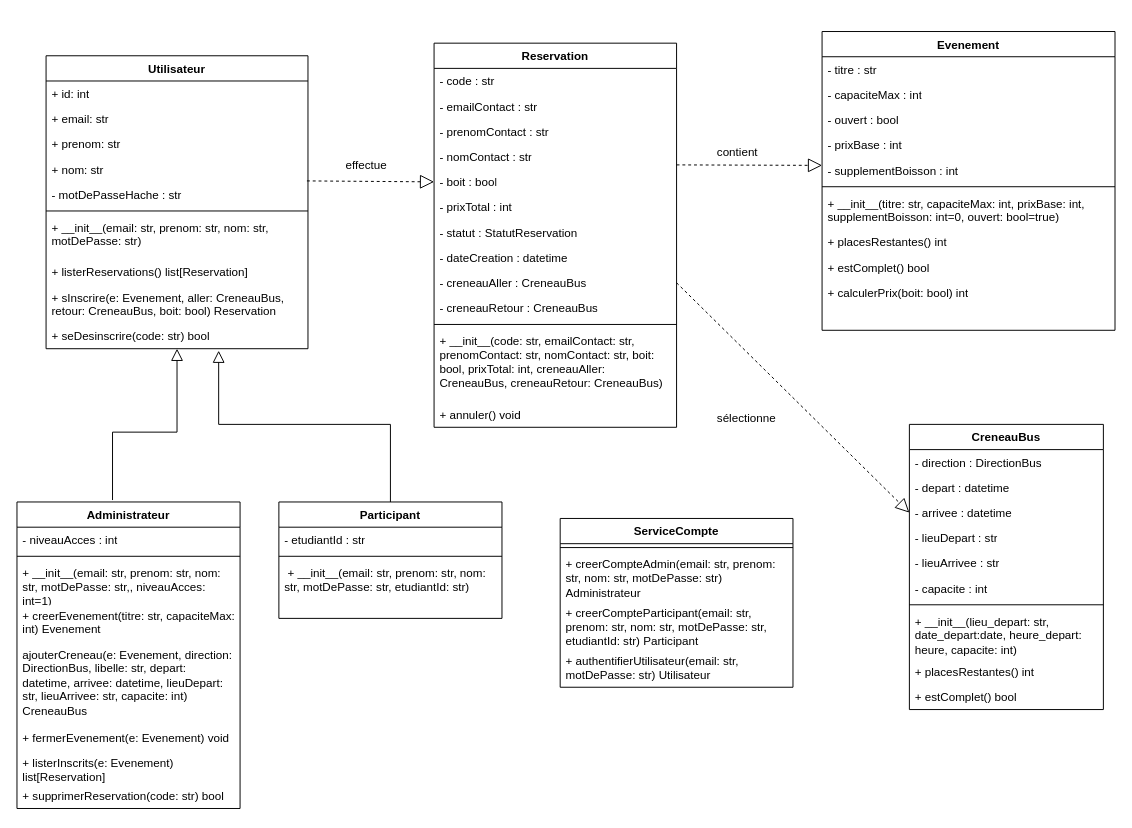
khalidjerrari/ENSAI-Projet-info-2A keeps this draw.io diagram as doc/diagramme_classe.drawio. Above is the earlier version. Source tidied: cells renumbered, new cells numbered last; positions are measured from the earlier drawing's top-left corner, leaving out a move shared by most shapes. Both pictures are drawn from the tidied source at 97%, with x=0, y=0 at pixel (16, 31).
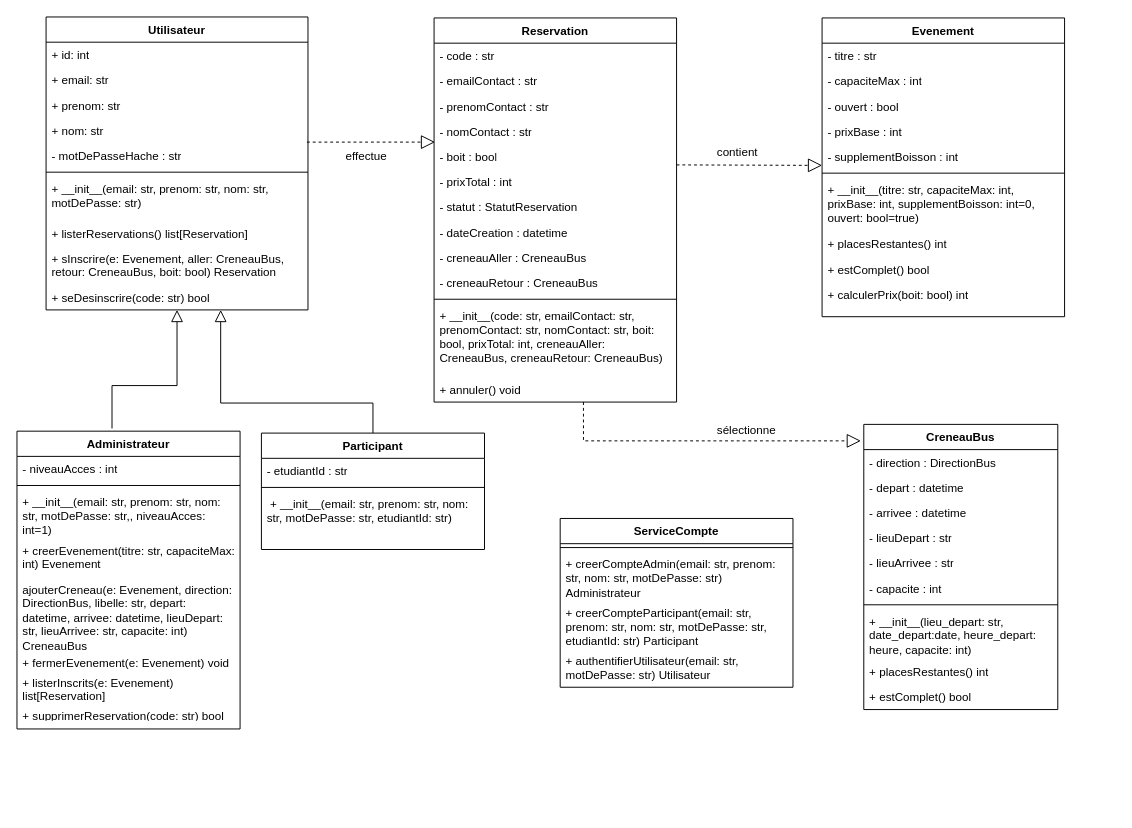
Above is the later version.

Commit message (it also covers changes not shown here):
Mettre à jour diagramme_classe.drawio

Unchanged cells that the change refers to:
```xml
<mxCell id="6" value="+ nom: str" style="text;strokeColor=none;fillColor=none;align=left;verticalAlign=top;spacingLeft=4;spacingRight=4;overflow=hidden;points=[[0,0.5],[1,0.5]];portConstraint=eastwest;whiteSpace=wrap;html=1;" parent="2" vertex="1">
  <mxGeometry y="104" width="270" height="26" as="geometry" />
</mxCell>
<mxCell id="12" value="+ seDesinscrire(code: str) bool" style="text;strokeColor=none;fillColor=none;align=left;verticalAlign=top;spacingLeft=4;spacingRight=4;overflow=hidden;points=[[0,0.5],[1,0.5]];portConstraint=eastwest;whiteSpace=wrap;html=1;" parent="2" vertex="1">
  <mxGeometry y="276" width="270" height="26" as="geometry" />
</mxCell>
<mxCell id="42" value="- arrivee : datetime" style="text;strokeColor=none;fillColor=none;align=left;verticalAlign=top;spacingLeft=4;spacingRight=4;overflow=hidden;points=[[0,0.5],[1,0.5]];portConstraint=eastwest;whiteSpace=wrap;html=1;" parent="39" vertex="1">
  <mxGeometry y="78" width="200" height="26" as="geometry" />
</mxCell>
<mxCell id="54" value="- nomContact : str" style="text;strokeColor=none;fillColor=none;align=left;verticalAlign=top;spacingLeft=4;spacingRight=4;overflow=hidden;points=[[0,0.5],[1,0.5]];portConstraint=eastwest;whiteSpace=wrap;html=1;" parent="50" vertex="1">
  <mxGeometry y="104" width="250" height="26" as="geometry" />
</mxCell>
<mxCell id="60" value="- creneauAller : CreneauBus" style="text;strokeColor=none;fillColor=none;align=left;verticalAlign=top;spacingLeft=4;spacingRight=4;overflow=hidden;points=[[0,0.5],[1,0.5]];portConstraint=eastwest;whiteSpace=wrap;html=1;" parent="50" vertex="1">
  <mxGeometry y="234" width="250" height="26" as="geometry" />
</mxCell>
```

The edit, as a diff of the source:
```diff
@@
     <mxCell id="2" value="Utilisateur" style="swimlane;fontStyle=1;align=center;verticalAlign=top;horizontal=1;startSize=26;rounded=0;shadow=0;strokeWidth=1;" parent="1" vertex="1">
-      <mxGeometry x="30" y="25" width="270" height="302" as="geometry" />
+      <mxGeometry x="30" y="-15" width="270" height="302" as="geometry" />
     </mxCell>
@@
     <mxCell id="13" value="Administrateur" style="swimlane;fontStyle=1;align=center;verticalAlign=top;horizontal=1;startSize=26;rounded=0;shadow=0;strokeWidth=1;" parent="1" vertex="1">
-      <mxGeometry y="485" width="230" height="316" as="geometry" />
+      <mxGeometry y="412" width="230" height="307" as="geometry" />
     </mxCell>
@@
     <mxCell id="16" value="+ __init__(email: str, prenom: str, nom: str, motDePasse: str,, niveauAcces: int=1)" style="text;strokeColor=none;fillColor=none;align=left;verticalAlign=top;spacingLeft=4;spacingRight=4;overflow=hidden;whiteSpace=wrap;html=1;" parent="13" vertex="1">
-      <mxGeometry y="60" width="230" height="44" as="geometry" />
+      <mxGeometry y="60" width="230" height="50" as="geometry" />
     </mxCell>
     <mxCell id="17" value="+ creerEvenement(titre: str, capaciteMax: int) Evenement" style="text;strokeColor=none;fillColor=none;align=left;verticalAlign=top;spacingLeft=4;spacingRight=4;overflow=hidden;whiteSpace=wrap;html=1;" parent="13" vertex="1">
-      <mxGeometry y="104" width="230" height="40" as="geometry" />
+      <mxGeometry y="110" width="230" height="40" as="geometry" />
     </mxCell>
     <mxCell id="18" value="ajouterCreneau(e: Evenement, direction: DirectionBus, libelle: str, depart: datetime, arrivee: datetime, lieuDepart: str, lieuArrivee: str, capacite: int) CreneauBus" style="text;strokeColor=none;fillColor=none;align=left;verticalAlign=top;spacingLeft=4;spacingRight=4;overflow=hidden;whiteSpace=wrap;html=1;" parent="13" vertex="1">
-      <mxGeometry y="144" width="230" height="86" as="geometry" />
+      <mxGeometry y="150" width="230" height="76" as="geometry" />
     </mxCell>
     <mxCell id="19" value="+ fermerEvenement(e: Evenement) void" style="text;strokeColor=none;fillColor=none;align=left;verticalAlign=top;spacingLeft=4;spacingRight=4;overflow=hidden;whiteSpace=wrap;html=1;" parent="13" vertex="1">
-      <mxGeometry y="230" width="230" height="26" as="geometry" />
+      <mxGeometry y="226" width="230" height="20" as="geometry" />
     </mxCell>
     <mxCell id="20" value="+ listerInscrits(e: Evenement) list[Reservation]" style="text;strokeColor=none;fillColor=none;align=left;verticalAlign=top;spacingLeft=4;spacingRight=4;overflow=hidden;whiteSpace=wrap;html=1;" parent="13" vertex="1">
-      <mxGeometry y="256" width="230" height="34" as="geometry" />
+      <mxGeometry y="246" width="230" height="34" as="geometry" />
     </mxCell>
     <mxCell id="21" value="+ supprimerReservation(code: str) bool" style="text;strokeColor=none;fillColor=none;align=left;verticalAlign=top;spacingLeft=4;spacingRight=4;overflow=hidden;whiteSpace=wrap;html=1;" parent="13" vertex="1">
-      <mxGeometry y="290" width="230" height="26" as="geometry" />
+      <mxGeometry y="280" width="230" height="16" as="geometry" />
     </mxCell>
-    <mxCell id="22" style="endArrow=block;endSize=10;endFill=0;shadow=0;strokeWidth=1;rounded=0;curved=0;edgeStyle=elbowEdgeStyle;elbow=vertical;exitX=0.5;exitY=0;exitDx=0;exitDy=0;entryX=0.5;entryY=1;entryDx=0;entryDy=0;" parent="1" edge="1" target="2">
+    <mxCell id="22" style="endArrow=block;endSize=10;endFill=0;shadow=0;strokeWidth=1;rounded=0;curved=0;edgeStyle=elbowEdgeStyle;elbow=vertical;exitX=0.426;exitY=-0.009;exitDx=0;exitDy=0;entryX=0.5;entryY=1;entryDx=0;entryDy=0;exitPerimeter=0;" parent="1" edge="1" source="13" target="2">
       <mxGeometry relative="1" as="geometry">
-        <mxPoint x="98.5" y="483" as="sourcePoint" />
         <Array as="points">
-          <mxPoint x="133.5" y="413" />
+          <mxPoint x="130" y="365" />
           <mxPoint x="143.5" y="423" />
           <mxPoint x="183.5" y="393" />
           <mxPoint x="253.5" y="313" />
         </Array>
       </mxGeometry>
     </mxCell>
-    <mxCell id="23" style="endArrow=block;endSize=10;endFill=0;shadow=0;strokeWidth=1;rounded=0;curved=0;edgeStyle=elbowEdgeStyle;elbow=vertical;exitX=0.5;exitY=0;exitDx=0;exitDy=0;entryX=0.659;entryY=1.077;entryDx=0;entryDy=0;entryPerimeter=0;" parent="1" edge="1" source="35" target="12">
+    <mxCell id="23" style="endArrow=block;endSize=10;endFill=0;shadow=0;strokeWidth=1;rounded=0;curved=0;edgeStyle=elbowEdgeStyle;elbow=vertical;entryX=0.659;entryY=1.077;entryDx=0;entryDy=0;entryPerimeter=0;exitX=0.5;exitY=0;exitDx=0;exitDy=0;" parent="1" edge="1" source="35">
       <mxGeometry relative="1" as="geometry">
+        <mxPoint x="210" y="287" as="targetPoint" />
         <Array as="points">
-          <mxPoint x="292" y="405" />
-          <mxPoint x="402" y="425" />
-          <mxPoint x="302" y="385" />
-          <mxPoint x="342" y="395" />
-          <mxPoint x="302" y="315" />
+          <mxPoint x="404.1" y="383" />
+          <mxPoint x="304.1" y="343" />
+          <mxPoint x="344.1" y="353" />
+          <mxPoint x="304.1" y="273" />
         </Array>
       </mxGeometry>
     </mxCell>
     <mxCell id="24" value="Evenement" style="swimlane;fontStyle=1;align=center;verticalAlign=top;horizontal=1;startSize=26;rounded=0;shadow=0;strokeWidth=1;" parent="1" vertex="1">
-      <mxGeometry x="830" width="302" height="308" as="geometry" />
+      <mxGeometry x="830" y="-14" width="250" height="308" as="geometry" />
     </mxCell>
     <mxCell id="25" value="- titre : str" style="text;strokeColor=none;fillColor=none;align=left;verticalAlign=top;spacingLeft=4;spacingRight=4;overflow=hidden;whiteSpace=wrap;html=1;" parent="24" vertex="1">
-      <mxGeometry y="26" width="302" height="26" as="geometry" />
+      <mxGeometry y="26" width="250" height="26" as="geometry" />
     </mxCell>
     <mxCell id="26" value="- capaciteMax : int" style="text;strokeColor=none;fillColor=none;align=left;verticalAlign=top;spacingLeft=4;spacingRight=4;overflow=hidden;whiteSpace=wrap;html=1;" parent="24" vertex="1">
-      <mxGeometry y="52" width="302" height="26" as="geometry" />
+      <mxGeometry y="52" width="250" height="26" as="geometry" />
     </mxCell>
     <mxCell id="27" value="- ouvert : bool" style="text;strokeColor=none;fillColor=none;align=left;verticalAlign=top;spacingLeft=4;spacingRight=4;overflow=hidden;whiteSpace=wrap;html=1;" parent="24" vertex="1">
-      <mxGeometry y="78" width="302" height="26" as="geometry" />
+      <mxGeometry y="78" width="250" height="26" as="geometry" />
     </mxCell>
     <mxCell id="28" value="- prixBase : int" style="text;strokeColor=none;fillColor=none;align=left;verticalAlign=top;spacingLeft=4;spacingRight=4;overflow=hidden;whiteSpace=wrap;html=1;" parent="24" vertex="1">
-      <mxGeometry y="104" width="302" height="26" as="geometry" />
+      <mxGeometry y="104" width="250" height="26" as="geometry" />
     </mxCell>
     <mxCell id="29" value="- supplementBoisson : int" style="text;strokeColor=none;fillColor=none;align=left;verticalAlign=top;spacingLeft=4;spacingRight=4;overflow=hidden;whiteSpace=wrap;html=1;" parent="24" vertex="1">
-      <mxGeometry y="130" width="302" height="26" as="geometry" />
+      <mxGeometry y="130" width="250" height="26" as="geometry" />
     </mxCell>
     <mxCell id="30" style="line;html=1;strokeWidth=1;align=left;verticalAlign=middle;spacingTop=-1;spacingLeft=3;spacingRight=3;labelPosition=right;" parent="24" vertex="1">
-      <mxGeometry y="156" width="302" height="8" as="geometry" />
+      <mxGeometry y="156" width="250" height="8" as="geometry" />
     </mxCell>
     <mxCell id="31" value="+ __init__(titre: str, capaciteMax: int, prixBase: int, supplementBoisson: int=0, ouvert: bool=true)" style="text;strokeColor=none;fillColor=none;align=left;verticalAlign=top;spacingLeft=4;spacingRight=4;overflow=hidden;whiteSpace=wrap;html=1;" parent="24" vertex="1">
-      <mxGeometry y="164" width="302" height="40" as="geometry" />
+      <mxGeometry y="164" width="250" height="56" as="geometry" />
     </mxCell>
     <mxCell id="32" value="+ placesRestantes() int" style="text;strokeColor=none;fillColor=none;align=left;verticalAlign=top;spacingLeft=4;spacingRight=4;overflow=hidden;whiteSpace=wrap;html=1;" parent="24" vertex="1">
-      <mxGeometry y="204" width="302" height="26" as="geometry" />
+      <mxGeometry y="220" width="250" height="26" as="geometry" />
     </mxCell>
     <mxCell id="33" value="+ estComplet() bool" style="text;strokeColor=none;fillColor=none;align=left;verticalAlign=top;spacingLeft=4;spacingRight=4;overflow=hidden;whiteSpace=wrap;html=1;" parent="24" vertex="1">
-      <mxGeometry y="230" width="302" height="26" as="geometry" />
+      <mxGeometry y="246" width="250" height="26" as="geometry" />
     </mxCell>
     <mxCell id="34" value="+ calculerPrix(boit: bool) int" style="text;strokeColor=none;fillColor=none;align=left;verticalAlign=top;spacingLeft=4;spacingRight=4;overflow=hidden;whiteSpace=wrap;html=1;" parent="24" vertex="1">
-      <mxGeometry y="256" width="302" height="26" as="geometry" />
+      <mxGeometry y="272" width="250" height="26" as="geometry" />
     </mxCell>
     <mxCell id="35" value="Participant" style="swimlane;fontStyle=1;align=center;verticalAlign=top;horizontal=1;startSize=26;whiteSpace=wrap;html=1;" parent="1" vertex="1">
-      <mxGeometry x="270" y="485" width="230" height="120" as="geometry" />
+      <mxGeometry x="252" y="414" width="230" height="120" as="geometry" />
     </mxCell>
@@
     <mxCell id="39" value="CreneauBus" style="swimlane;fontStyle=1;align=center;verticalAlign=top;horizontal=1;startSize=26;whiteSpace=wrap;html=1;" parent="1" vertex="1">
-      <mxGeometry x="920" y="405" width="200" height="294" as="geometry" />
+      <mxGeometry x="873" y="405" width="200" height="294" as="geometry" />
     </mxCell>
@@
     <mxCell id="50" value="Reservation" style="swimlane;fontStyle=1;align=center;verticalAlign=top;horizontal=1;startSize=26;whiteSpace=wrap;html=1;" parent="1" vertex="1">
-      <mxGeometry x="430" y="12" width="250" height="396" as="geometry" />
+      <mxGeometry x="430" y="-14" width="250" height="396" as="geometry" />
     </mxCell>
@@
-    <mxCell id="56" style="endArrow=block;dashed=1;endFill=0;endSize=12;html=1;rounded=0;exitX=0.996;exitY=0.962;exitDx=0;exitDy=0;exitPerimeter=0;" parent="50" edge="1" source="6">
-      <mxGeometry relative="1" as="geometry">
-        <mxPoint y="143" as="targetPoint" />
-      </mxGeometry>
-    </mxCell>
@@
     <mxCell id="65" value="effectue" style="text;align=center;fontStyle=0;verticalAlign=middle;spacingLeft=3;spacingRight=3;strokeColor=none;html=1;" parent="1" vertex="1">
-      <mxGeometry x="320" y="125" width="80" height="26" as="geometry" />
+      <mxGeometry x="320" y="116" width="80" height="26" as="geometry" />
     </mxCell>
@@
     <mxCell id="68" value="sélectionne" style="text;whiteSpace=wrap;" parent="1" vertex="1">
-      <mxGeometry x="720" y="385" width="90" height="40" as="geometry" />
+      <mxGeometry x="720" y="397" width="90" height="40" as="geometry" />
     </mxCell>
-    <mxCell id="69" style="endArrow=block;dashed=1;endFill=0;endSize=12;html=1;rounded=0;entryX=0;entryY=0.5;entryDx=0;entryDy=0;exitX=1;exitY=0.5;exitDx=0;exitDy=0;" parent="1" edge="1" source="60" target="42">
-      <mxGeometry relative="1" as="geometry" />
+    <mxCell id="69" style="endArrow=block;dashed=1;endFill=0;endSize=12;html=1;rounded=0;" parent="1" edge="1">
+      <mxGeometry relative="1" as="geometry">
+        <mxPoint x="584" y="382" as="sourcePoint" />
+        <mxPoint x="870" y="422" as="targetPoint" />
+        <Array as="points">
+          <mxPoint x="584" y="422" />
+        </Array>
+      </mxGeometry>
     </mxCell>
@@
+    <mxCell id="56" style="endArrow=block;dashed=1;endFill=0;endSize=12;html=1;rounded=0;exitX=0.996;exitY=0.962;exitDx=0;exitDy=0;exitPerimeter=0;entryX=0.004;entryY=0.923;entryDx=0;entryDy=0;entryPerimeter=0;" parent="1" edge="1" source="6" target="54">
+      <mxGeometry relative="1" as="geometry" />
+    </mxCell>
```
